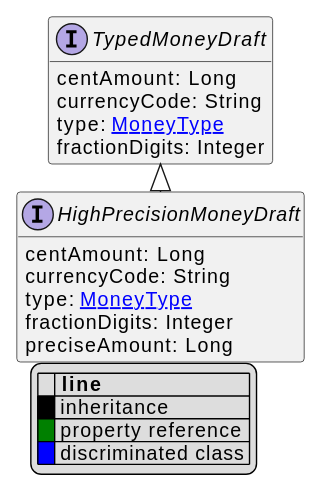
This is uml/api/svg/HighPrecisionMoneyDraft.svg from commercetools/commercetools-api-reference, a PlantUML export, as it was before one commit. Its diagram source:
```plantuml
@startuml
!pragma layout elk
hide empty fields
hide empty methods
legend
|= |= line |
|<back:black>   </back>| inheritance |
|<back:green>   </back>| property reference |
|<back:blue>   </back>| discriminated class |
endlegend
interface HighPrecisionMoneyDraft [[HighPrecisionMoneyDraft.svg]] extends TypedMoneyDraft {
    centAmount: Long
    currencyCode: String
    type: [[MoneyType.svg MoneyType]]
    fractionDigits: Integer
    preciseAmount: Long
}
interface TypedMoneyDraft [[TypedMoneyDraft.svg]]  {
    centAmount: Long
    currencyCode: String
    type: [[MoneyType.svg MoneyType]]
    fractionDigits: Integer
}





@enduml
```
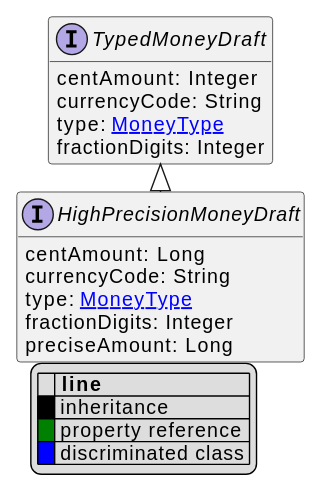
The same diagram one commit later.

What changed in the source:
```diff
@@ -16,7 +16,7 @@
     preciseAmount: Long
 }
 interface TypedMoneyDraft [[TypedMoneyDraft.svg]]  {
-    centAmount: Long
+    centAmount: Integer
     currencyCode: String
     type: [[MoneyType.svg MoneyType]]
     fractionDigits: Integer
```
